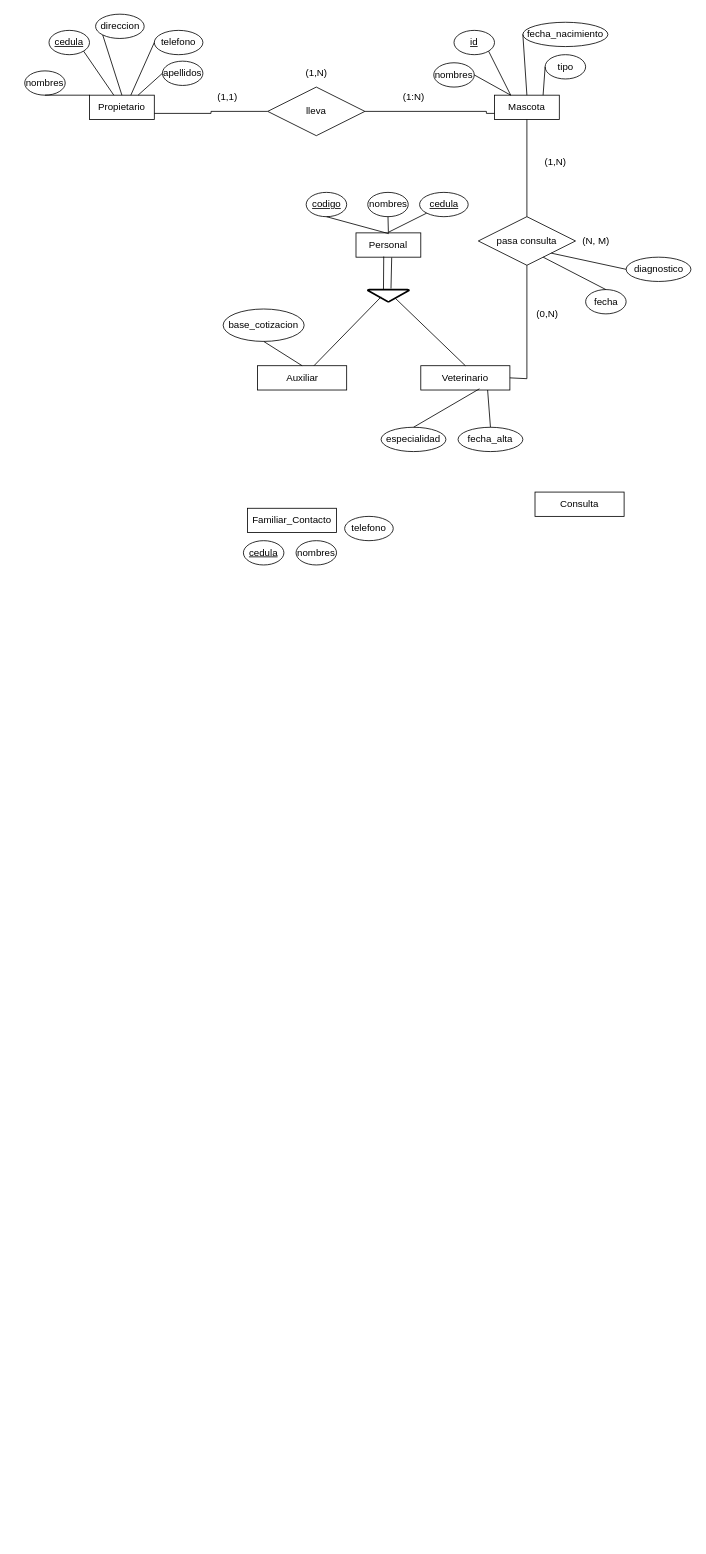
The draw.io diagram Veterinaria.drawio in Aree17/Base_De_Datos, before the edit. Source tidied: cells renumbered, new cells numbered last; positions are measured from the earlier drawing's top-left corner, leaving out a move shared by most shapes. Both pictures are drawn from the tidied source at 81%, with x=0, y=0 at pixel (24, 14).
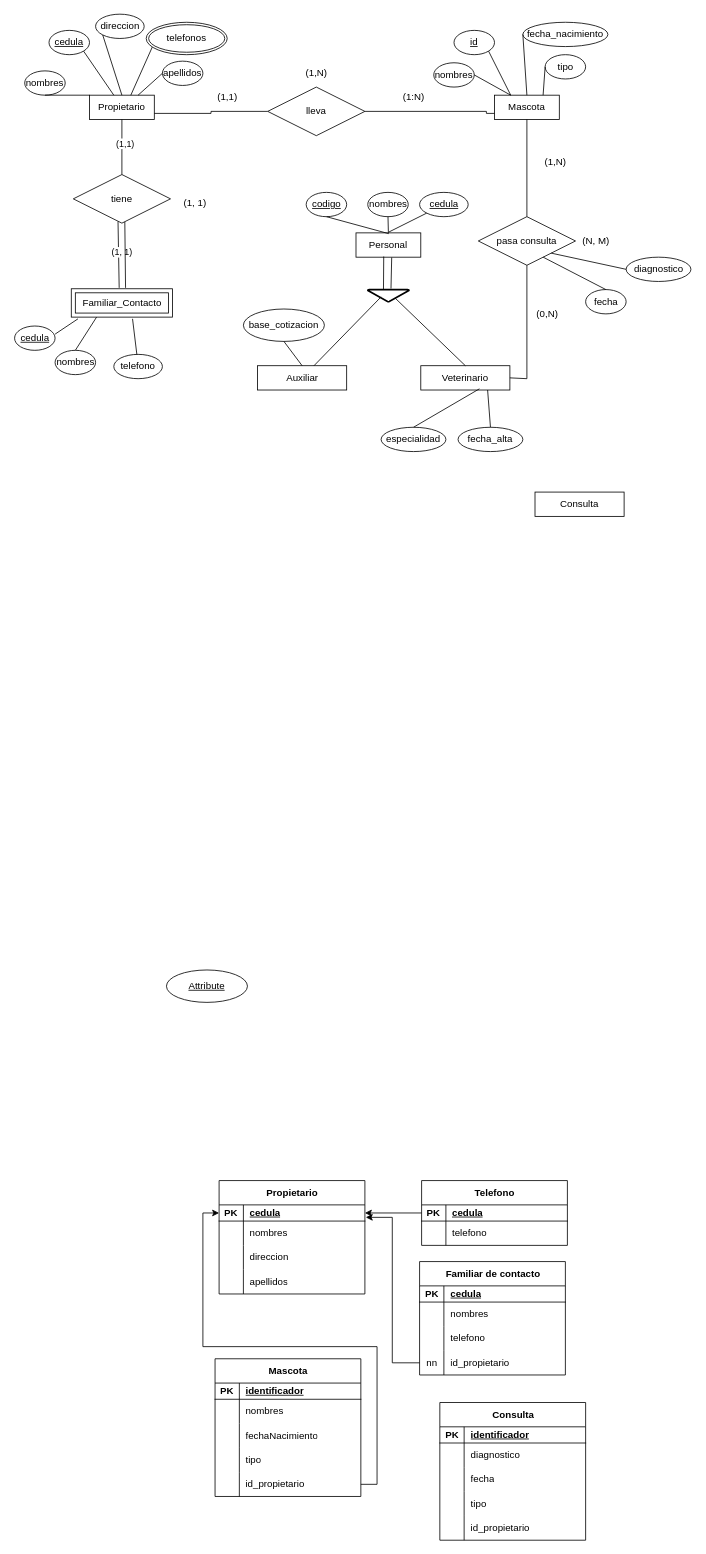
After the change.

The change refers to these unchanged cells:
```xml
<mxCell id="2" value="Propietario" style="rounded=0;whiteSpace=wrap;html=1;" parent="1" vertex="1">
  <mxGeometry x="80" y="100" width="80" height="30" as="geometry" />
</mxCell>
```

What changed in the source:
```diff
@@
-    <mxCell id="7" value="telefono" style="ellipse;whiteSpace=wrap;html=1;" parent="1" vertex="1">
-      <mxGeometry x="160" y="20" width="60" height="30" as="geometry" />
-    </mxCell>
@@
-    <mxCell id="17" value="Familiar_Contacto" style="rounded=0;whiteSpace=wrap;html=1;" parent="1" vertex="1">
-      <mxGeometry x="275" y="610" width="110" height="30" as="geometry" />
-    </mxCell>
@@
     <mxCell id="21" value="base_cotizacion" style="ellipse;whiteSpace=wrap;html=1;" parent="1" vertex="1">
-      <mxGeometry x="245" y="364" width="100" height="40" as="geometry" />
+      <mxGeometry x="270" y="364" width="100" height="40" as="geometry" />
     </mxCell>
     <mxCell id="22" value="&lt;u&gt;cedula&lt;/u&gt;" style="ellipse;whiteSpace=wrap;html=1;" parent="1" vertex="1">
-      <mxGeometry x="270" y="650" width="50" height="30" as="geometry" />
+      <mxGeometry x="-12.5" y="385" width="50" height="30" as="geometry" />
     </mxCell>
     <mxCell id="23" value="nombres" style="ellipse;whiteSpace=wrap;html=1;" parent="1" vertex="1">
-      <mxGeometry x="335" y="650" width="50" height="30" as="geometry" />
+      <mxGeometry x="37.5" y="415" width="50" height="30" as="geometry" />
     </mxCell>
     <mxCell id="24" value="telefono" style="ellipse;whiteSpace=wrap;html=1;" parent="1" vertex="1">
-      <mxGeometry x="395" y="620" width="60" height="30" as="geometry" />
+      <mxGeometry x="110" y="420" width="60" height="30" as="geometry" />
     </mxCell>
@@
-    <mxCell id="29" style="endArrow=none;html=1;rounded=0;entryX=0;entryY=0.5;entryDx=0;entryDy=0;" parent="1" edge="1" target="7">
+    <mxCell id="29" style="endArrow=none;html=1;rounded=0;entryX=0;entryY=0.5;entryDx=0;entryDy=0;" parent="1" edge="1">
       <mxGeometry relative="1" as="geometry">
         <mxPoint x="131" y="100" as="sourcePoint" />
+        <mxPoint x="160" y="35" as="targetPoint" />
       </mxGeometry>
     </mxCell>
@@
+    <mxCell id="17" value="Familiar_Contacto" style="shape=ext;margin=3;double=1;whiteSpace=wrap;html=1;align=center;" parent="1" vertex="1">
+      <mxGeometry x="57.5" y="339" width="125" height="35" as="geometry" />
+    </mxCell>
+    <mxCell id="63" value="tiene" style="shape=rhombus;perimeter=rhombusPerimeter;whiteSpace=wrap;html=1;align=center;" parent="1" vertex="1">
+      <mxGeometry x="60" y="198" width="120" height="60" as="geometry" />
+    </mxCell>
+    <mxCell id="64" style="endArrow=none;html=1;rounded=0;entryX=0.5;entryY=1;entryDx=0;entryDy=0;exitX=0.5;exitY=0;exitDx=0;exitDy=0;" parent="1" edge="1" source="63" target="2">
+      <mxGeometry relative="1" as="geometry" />
+    </mxCell>
+    <mxCell id="65" value="(1,1)" style="edgeLabel;html=1;align=center;verticalAlign=middle;" parent="64" vertex="1">
+      <mxGeometry x="0.15" y="-3" relative="1" as="geometry" />
+    </mxCell>
+    <mxCell id="66" style="endArrow=none;html=1;rounded=0;exitX=0.46;exitY=0.965;exitDx=0;exitDy=0;exitPerimeter=0;entryX=0.473;entryY=-0.032;entryDx=0;entryDy=0;entryPerimeter=0;" parent="1" edge="1" source="63" target="17">
+      <mxGeometry relative="1" as="geometry" />
+    </mxCell>
+    <mxCell id="67" value="(1, 1)" style="edgeLabel;html=1;align=center;verticalAlign=middle;" parent="66" vertex="1">
+      <mxGeometry x="-0.08" y="4" relative="1" as="geometry" />
+    </mxCell>
+    <mxCell id="68" style="endArrow=none;html=1;rounded=0;entryX=0.066;entryY=1.061;entryDx=0;entryDy=0;entryPerimeter=0;" parent="1" edge="1" target="17">
+      <mxGeometry relative="1" as="geometry">
+        <mxPoint x="37.5" y="395" as="sourcePoint" />
+      </mxGeometry>
+    </mxCell>
+    <mxCell id="69" style="endArrow=none;html=1;rounded=0;entryX=0.25;entryY=1;entryDx=0;entryDy=0;exitX=0.5;exitY=0;exitDx=0;exitDy=0;" parent="1" edge="1" source="23" target="17">
+      <mxGeometry relative="1" as="geometry" />
+    </mxCell>
+    <mxCell id="70" style="endArrow=none;html=1;rounded=0;entryX=0.605;entryY=1.061;entryDx=0;entryDy=0;entryPerimeter=0;" parent="1" edge="1" source="24" target="17">
+      <mxGeometry relative="1" as="geometry" />
+    </mxCell>
+    <mxCell id="71" style="endArrow=none;html=1;rounded=0;entryX=0.53;entryY=0.975;entryDx=0;entryDy=0;entryPerimeter=0;exitX=0.536;exitY=-0.032;exitDx=0;exitDy=0;exitPerimeter=0;" parent="1" edge="1" source="17" target="63">
+      <mxGeometry relative="1" as="geometry" />
+    </mxCell>
+    <mxCell id="72" value="(1, 1)" style="text;html=1;align=center;verticalAlign=middle;strokeColor=none;fillColor=none;" parent="1" vertex="1">
+      <mxGeometry x="185" y="218" width="50" height="30" as="geometry" />
+    </mxCell>
+    <mxCell id="73" value="telefonos" style="ellipse;shape=doubleEllipse;margin=3;whiteSpace=wrap;html=1;align=center;" parent="1" vertex="1">
+      <mxGeometry x="150" y="10" width="100" height="40" as="geometry" />
+    </mxCell>
+    <mxCell id="74" value="Attribute" style="ellipse;whiteSpace=wrap;html=1;align=center;fontStyle=4;" parent="1" vertex="1">
+      <mxGeometry x="175" y="1180" width="100" height="40" as="geometry" />
+    </mxCell>
+    <mxCell id="75" value="Propietario" style="shape=table;startSize=30;childLayout=tableLayout;rowLines=0;fontStyle=1;align=center;html=1;" parent="1" vertex="1">
+      <mxGeometry x="240" y="1440" width="180" height="140" as="geometry" />
+    </mxCell>
+    <mxCell id="76" style="shape=tableRow;horizontal=0;startSize=0;swimlaneHead=0;swimlaneBody=0;fillColor=none;points=[[0,0.5],[1,0.5]];portConstraint=eastwest;top=0;left=0;right=0;bottom=1;" parent="75" vertex="1">
+      <mxGeometry y="30" width="180" height="20" as="geometry" />
+    </mxCell>
+    <mxCell id="77" value="PK" style="shape=partialRectangle;fillColor=none;top=0;left=0;bottom=0;right=0;fontStyle=1;overflow=hidden;whiteSpace=wrap;html=1;" parent="76" vertex="1">
+      <mxGeometry width="30" height="20" as="geometry" />
+    </mxCell>
+    <mxCell id="78" value="cedula" style="shape=partialRectangle;fillColor=none;top=0;left=0;bottom=0;right=0;align=left;spacingLeft=6;fontStyle=5;overflow=hidden;whiteSpace=wrap;html=1;" parent="76" vertex="1">
+      <mxGeometry x="30" width="150" height="20" as="geometry" />
+    </mxCell>
+    <mxCell id="79" style="shape=tableRow;horizontal=0;startSize=0;swimlaneHead=0;swimlaneBody=0;fillColor=none;top=0;left=0;right=0;bottom=0;" parent="75" vertex="1">
+      <mxGeometry y="50" width="180" height="30" as="geometry" />
+    </mxCell>
+    <mxCell id="80" style="shape=partialRectangle;fillColor=none;top=0;left=0;bottom=0;right=0;overflow=hidden;whiteSpace=wrap;html=1;" parent="79" vertex="1">
+      <mxGeometry width="30" height="30" as="geometry" />
+    </mxCell>
+    <mxCell id="81" value="nombres" style="shape=partialRectangle;fillColor=none;top=0;left=0;bottom=0;right=0;align=left;spacingLeft=6;overflow=hidden;whiteSpace=wrap;html=1;" parent="79" vertex="1">
+      <mxGeometry x="30" width="150" height="30" as="geometry" />
+    </mxCell>
+    <mxCell id="82" style="shape=tableRow;horizontal=0;startSize=0;swimlaneHead=0;swimlaneBody=0;fillColor=none;top=0;left=0;right=0;bottom=0;" parent="75" vertex="1">
+      <mxGeometry y="80" width="180" height="30" as="geometry" />
+    </mxCell>
+    <mxCell id="83" style="shape=partialRectangle;fillColor=none;top=0;left=0;bottom=0;right=0;overflow=hidden;whiteSpace=wrap;html=1;" parent="82" vertex="1">
+      <mxGeometry width="30" height="30" as="geometry" />
+    </mxCell>
+    <mxCell id="84" value="direccion" style="shape=partialRectangle;fillColor=none;top=0;left=0;bottom=0;right=0;align=left;spacingLeft=6;overflow=hidden;whiteSpace=wrap;html=1;" parent="82" vertex="1">
+      <mxGeometry x="30" width="150" height="30" as="geometry" />
+    </mxCell>
+    <mxCell id="85" style="shape=tableRow;horizontal=0;startSize=0;swimlaneHead=0;swimlaneBody=0;fillColor=none;top=0;left=0;right=0;bottom=0;" parent="75" vertex="1">
+      <mxGeometry y="110" width="180" height="30" as="geometry" />
+    </mxCell>
+    <mxCell id="86" style="shape=partialRectangle;fillColor=none;top=0;left=0;bottom=0;right=0;overflow=hidden;whiteSpace=wrap;html=1;" parent="85" vertex="1">
+      <mxGeometry width="30" height="30" as="geometry" />
+    </mxCell>
+    <mxCell id="87" value="apellidos" style="shape=partialRectangle;fillColor=none;top=0;left=0;bottom=0;right=0;align=left;spacingLeft=6;overflow=hidden;whiteSpace=wrap;html=1;" parent="85" vertex="1">
+      <mxGeometry x="30" width="150" height="30" as="geometry" />
+    </mxCell>
+    <mxCell id="88" value="Telefono" style="shape=table;startSize=30;childLayout=tableLayout;rowLines=0;fontStyle=1;align=center;html=1;" parent="1" vertex="1">
+      <mxGeometry x="490" y="1440" width="180" height="80" as="geometry" />
+    </mxCell>
+    <mxCell id="89" style="shape=tableRow;horizontal=0;startSize=0;swimlaneHead=0;swimlaneBody=0;fillColor=none;points=[[0,0.5],[1,0.5]];portConstraint=eastwest;top=0;left=0;right=0;bottom=1;" parent="88" vertex="1">
+      <mxGeometry y="30" width="180" height="20" as="geometry" />
+    </mxCell>
+    <mxCell id="90" value="PK" style="shape=partialRectangle;fillColor=none;top=0;left=0;bottom=0;right=0;fontStyle=1;overflow=hidden;whiteSpace=wrap;html=1;" parent="89" vertex="1">
+      <mxGeometry width="30" height="20" as="geometry" />
+    </mxCell>
+    <mxCell id="91" value="cedula" style="shape=partialRectangle;fillColor=none;top=0;left=0;bottom=0;right=0;align=left;spacingLeft=6;fontStyle=5;overflow=hidden;whiteSpace=wrap;html=1;" parent="89" vertex="1">
+      <mxGeometry x="30" width="150" height="20" as="geometry" />
+    </mxCell>
+    <mxCell id="92" style="shape=tableRow;horizontal=0;startSize=0;swimlaneHead=0;swimlaneBody=0;fillColor=none;top=0;left=0;right=0;bottom=0;" parent="88" vertex="1">
+      <mxGeometry y="50" width="180" height="30" as="geometry" />
+    </mxCell>
+    <mxCell id="93" style="shape=partialRectangle;fillColor=none;top=0;left=0;bottom=0;right=0;overflow=hidden;whiteSpace=wrap;html=1;" parent="92" vertex="1">
+      <mxGeometry width="30" height="30" as="geometry" />
+    </mxCell>
+    <mxCell id="94" value="telefono" style="shape=partialRectangle;fillColor=none;top=0;left=0;bottom=0;right=0;align=left;spacingLeft=6;overflow=hidden;whiteSpace=wrap;html=1;" parent="92" vertex="1">
+      <mxGeometry x="30" width="150" height="30" as="geometry" />
+    </mxCell>
+    <mxCell id="95" style="edgeStyle=orthogonalEdgeStyle;rounded=0;jettySize=auto;html=1;exitX=0;exitY=0.5;exitDx=0;exitDy=0;entryX=1;entryY=0.5;entryDx=0;entryDy=0;" parent="1" edge="1" source="89" target="76">
+      <mxGeometry relative="1" as="geometry" />
+    </mxCell>
+    <mxCell id="96" value="Familiar de contacto" style="shape=table;startSize=30;childLayout=tableLayout;rowLines=0;fontStyle=1;align=center;html=1;" parent="1" vertex="1">
+      <mxGeometry x="487.5" y="1540" width="180" height="140" as="geometry" />
+    </mxCell>
+    <mxCell id="97" style="shape=tableRow;horizontal=0;startSize=0;swimlaneHead=0;swimlaneBody=0;fillColor=none;top=0;left=0;right=0;bottom=1;" parent="96" vertex="1">
+      <mxGeometry y="30" width="180" height="20" as="geometry" />
+    </mxCell>
+    <mxCell id="98" value="PK" style="shape=partialRectangle;fillColor=none;top=0;left=0;bottom=0;right=0;fontStyle=1;overflow=hidden;whiteSpace=wrap;html=1;" parent="97" vertex="1">
+      <mxGeometry width="30" height="20" as="geometry" />
+    </mxCell>
+    <mxCell id="99" value="cedula" style="shape=partialRectangle;fillColor=none;top=0;left=0;bottom=0;right=0;align=left;spacingLeft=6;fontStyle=5;overflow=hidden;whiteSpace=wrap;html=1;" parent="97" vertex="1">
+      <mxGeometry x="30" width="150" height="20" as="geometry" />
+    </mxCell>
+    <mxCell id="100" style="shape=tableRow;horizontal=0;startSize=0;swimlaneHead=0;swimlaneBody=0;fillColor=none;top=0;left=0;right=0;bottom=0;" parent="96" vertex="1">
+      <mxGeometry y="50" width="180" height="30" as="geometry" />
+    </mxCell>
+    <mxCell id="101" style="shape=partialRectangle;fillColor=none;top=0;left=0;bottom=0;right=0;overflow=hidden;whiteSpace=wrap;html=1;" parent="100" vertex="1">
+      <mxGeometry width="30" height="30" as="geometry" />
+    </mxCell>
+    <mxCell id="102" value="nombres" style="shape=partialRectangle;fillColor=none;top=0;left=0;bottom=0;right=0;align=left;spacingLeft=6;overflow=hidden;whiteSpace=wrap;html=1;" parent="100" vertex="1">
+      <mxGeometry x="30" width="150" height="30" as="geometry" />
+    </mxCell>
+    <mxCell id="103" style="shape=tableRow;horizontal=0;startSize=0;swimlaneHead=0;swimlaneBody=0;fillColor=none;top=0;left=0;right=0;bottom=0;" parent="96" vertex="1">
+      <mxGeometry y="80" width="180" height="30" as="geometry" />
+    </mxCell>
+    <mxCell id="104" style="shape=partialRectangle;fillColor=none;top=0;left=0;bottom=0;right=0;overflow=hidden;whiteSpace=wrap;html=1;" parent="103" vertex="1">
+      <mxGeometry width="30" height="30" as="geometry" />
+    </mxCell>
+    <mxCell id="105" value="telefono" style="shape=partialRectangle;fillColor=none;top=0;left=0;bottom=0;right=0;align=left;spacingLeft=6;overflow=hidden;whiteSpace=wrap;html=1;" parent="103" vertex="1">
+      <mxGeometry x="30" width="150" height="30" as="geometry" />
+    </mxCell>
+    <mxCell id="106" style="shape=tableRow;horizontal=0;startSize=0;swimlaneHead=0;swimlaneBody=0;fillColor=none;points=[[0,0.5],[1,0.5]];portConstraint=eastwest;top=0;left=0;right=0;bottom=0;" parent="96" vertex="1">
+      <mxGeometry y="110" width="180" height="30" as="geometry" />
+    </mxCell>
+    <mxCell id="107" value="nn" style="shape=partialRectangle;fillColor=none;top=0;left=0;bottom=0;right=0;overflow=hidden;whiteSpace=wrap;html=1;" parent="106" vertex="1">
+      <mxGeometry width="30" height="30" as="geometry" />
+    </mxCell>
+    <mxCell id="108" value="id_propietario" style="shape=partialRectangle;fillColor=none;top=0;left=0;bottom=0;right=0;align=left;spacingLeft=6;overflow=hidden;whiteSpace=wrap;html=1;" parent="106" vertex="1">
+      <mxGeometry x="30" width="150" height="30" as="geometry" />
+    </mxCell>
+    <mxCell id="109" style="edgeStyle=orthogonalEdgeStyle;rounded=0;jettySize=auto;html=1;exitX=0;exitY=0.5;exitDx=0;exitDy=0;entryX=1.006;entryY=0.77;entryDx=0;entryDy=0;entryPerimeter=0;" parent="1" edge="1" source="106" target="76">
+      <mxGeometry relative="1" as="geometry" />
+    </mxCell>
+    <mxCell id="110" value="Mascota" style="shape=table;startSize=30;childLayout=tableLayout;rowLines=0;fontStyle=1;align=center;html=1;" parent="1" vertex="1">
+      <mxGeometry x="235" y="1660" width="180" height="170" as="geometry" />
+    </mxCell>
+    <mxCell id="111" style="shape=tableRow;horizontal=0;startSize=0;swimlaneHead=0;swimlaneBody=0;fillColor=none;top=0;left=0;right=0;bottom=1;" parent="110" vertex="1">
+      <mxGeometry y="30" width="180" height="20" as="geometry" />
+    </mxCell>
+    <mxCell id="112" value="PK" style="shape=partialRectangle;fillColor=none;top=0;left=0;bottom=0;right=0;fontStyle=1;overflow=hidden;whiteSpace=wrap;html=1;" parent="111" vertex="1">
+      <mxGeometry width="30" height="20" as="geometry" />
+    </mxCell>
+    <mxCell id="113" value="identificador" style="shape=partialRectangle;fillColor=none;top=0;left=0;bottom=0;right=0;align=left;spacingLeft=6;fontStyle=5;overflow=hidden;whiteSpace=wrap;html=1;" parent="111" vertex="1">
+      <mxGeometry x="30" width="150" height="20" as="geometry" />
+    </mxCell>
+    <mxCell id="114" style="shape=tableRow;horizontal=0;startSize=0;swimlaneHead=0;swimlaneBody=0;fillColor=none;top=0;left=0;right=0;bottom=0;" parent="110" vertex="1">
+      <mxGeometry y="50" width="180" height="30" as="geometry" />
+    </mxCell>
+    <mxCell id="115" style="shape=partialRectangle;fillColor=none;top=0;left=0;bottom=0;right=0;overflow=hidden;whiteSpace=wrap;html=1;" parent="114" vertex="1">
+      <mxGeometry width="30" height="30" as="geometry" />
+    </mxCell>
+    <mxCell id="116" value="nombres" style="shape=partialRectangle;fillColor=none;top=0;left=0;bottom=0;right=0;align=left;spacingLeft=6;overflow=hidden;whiteSpace=wrap;html=1;" parent="114" vertex="1">
+      <mxGeometry x="30" width="150" height="30" as="geometry" />
+    </mxCell>
+    <mxCell id="117" style="shape=tableRow;horizontal=0;startSize=0;swimlaneHead=0;swimlaneBody=0;fillColor=none;top=0;left=0;right=0;bottom=0;" parent="110" vertex="1">
+      <mxGeometry y="80" width="180" height="30" as="geometry" />
+    </mxCell>
+    <mxCell id="118" style="shape=partialRectangle;fillColor=none;top=0;left=0;bottom=0;right=0;overflow=hidden;whiteSpace=wrap;html=1;" parent="117" vertex="1">
+      <mxGeometry width="30" height="30" as="geometry" />
+    </mxCell>
+    <mxCell id="119" value="fechaNacimiento" style="shape=partialRectangle;fillColor=none;top=0;left=0;bottom=0;right=0;align=left;spacingLeft=6;overflow=hidden;whiteSpace=wrap;html=1;" parent="117" vertex="1">
+      <mxGeometry x="30" width="150" height="30" as="geometry" />
+    </mxCell>
+    <mxCell id="120" style="shape=tableRow;horizontal=0;startSize=0;swimlaneHead=0;swimlaneBody=0;fillColor=none;top=0;left=0;right=0;bottom=0;" parent="110" vertex="1">
+      <mxGeometry y="110" width="180" height="30" as="geometry" />
+    </mxCell>
+    <mxCell id="121" style="shape=partialRectangle;fillColor=none;top=0;left=0;bottom=0;right=0;overflow=hidden;whiteSpace=wrap;html=1;" parent="120" vertex="1">
+      <mxGeometry width="30" height="30" as="geometry" />
+    </mxCell>
+    <mxCell id="122" value="tipo" style="shape=partialRectangle;fillColor=none;top=0;left=0;bottom=0;right=0;align=left;spacingLeft=6;overflow=hidden;whiteSpace=wrap;html=1;" parent="120" vertex="1">
+      <mxGeometry x="30" width="150" height="30" as="geometry" />
+    </mxCell>
+    <mxCell id="123" style="shape=tableRow;horizontal=0;startSize=0;swimlaneHead=0;swimlaneBody=0;fillColor=none;points=[[0,0.5],[1,0.5]];portConstraint=eastwest;top=0;left=0;right=0;bottom=0;" parent="110" vertex="1">
+      <mxGeometry y="140" width="180" height="30" as="geometry" />
+    </mxCell>
+    <mxCell id="124" style="shape=partialRectangle;fillColor=none;top=0;left=0;bottom=0;right=0;overflow=hidden;whiteSpace=wrap;html=1;" parent="123" vertex="1">
+      <mxGeometry width="30" height="30" as="geometry" />
+    </mxCell>
+    <mxCell id="125" value="id_propietario" style="shape=partialRectangle;fillColor=none;top=0;left=0;bottom=0;right=0;align=left;spacingLeft=6;overflow=hidden;whiteSpace=wrap;html=1;" parent="123" vertex="1">
+      <mxGeometry x="30" width="150" height="30" as="geometry" />
+    </mxCell>
+    <mxCell id="126" style="edgeStyle=orthogonalEdgeStyle;rounded=0;jettySize=auto;html=1;entryX=0;entryY=0.5;entryDx=0;entryDy=0;" parent="1" edge="1" source="123" target="76">
+      <mxGeometry relative="1" as="geometry" />
+    </mxCell>
+    <mxCell id="127" value="Consulta" style="shape=table;startSize=30;childLayout=tableLayout;rowLines=0;fontStyle=1;align=center;html=1;" parent="1" vertex="1">
+      <mxGeometry x="512.5" y="1714" width="180" height="170" as="geometry" />
+    </mxCell>
+    <mxCell id="128" style="shape=tableRow;horizontal=0;startSize=0;swimlaneHead=0;swimlaneBody=0;fillColor=none;top=0;left=0;right=0;bottom=1;" parent="127" vertex="1">
+      <mxGeometry y="30" width="180" height="20" as="geometry" />
+    </mxCell>
+    <mxCell id="129" value="PK" style="shape=partialRectangle;fillColor=none;top=0;left=0;bottom=0;right=0;fontStyle=1;overflow=hidden;whiteSpace=wrap;html=1;" parent="128" vertex="1">
+      <mxGeometry width="30" height="20" as="geometry" />
+    </mxCell>
+    <mxCell id="130" value="identificador" style="shape=partialRectangle;fillColor=none;top=0;left=0;bottom=0;right=0;align=left;spacingLeft=6;fontStyle=5;overflow=hidden;whiteSpace=wrap;html=1;" parent="128" vertex="1">
+      <mxGeometry x="30" width="150" height="20" as="geometry" />
+    </mxCell>
+    <mxCell id="131" style="shape=tableRow;horizontal=0;startSize=0;swimlaneHead=0;swimlaneBody=0;fillColor=none;top=0;left=0;right=0;bottom=0;" parent="127" vertex="1">
+      <mxGeometry y="50" width="180" height="30" as="geometry" />
+    </mxCell>
+    <mxCell id="132" style="shape=partialRectangle;fillColor=none;top=0;left=0;bottom=0;right=0;overflow=hidden;whiteSpace=wrap;html=1;" parent="131" vertex="1">
+      <mxGeometry width="30" height="30" as="geometry" />
+    </mxCell>
+    <mxCell id="133" value="diagnostico" style="shape=partialRectangle;fillColor=none;top=0;left=0;bottom=0;right=0;align=left;spacingLeft=6;overflow=hidden;whiteSpace=wrap;html=1;" parent="131" vertex="1">
+      <mxGeometry x="30" width="150" height="30" as="geometry" />
+    </mxCell>
+    <mxCell id="134" style="shape=tableRow;horizontal=0;startSize=0;swimlaneHead=0;swimlaneBody=0;fillColor=none;top=0;left=0;right=0;bottom=0;" parent="127" vertex="1">
+      <mxGeometry y="80" width="180" height="30" as="geometry" />
+    </mxCell>
+    <mxCell id="135" style="shape=partialRectangle;fillColor=none;top=0;left=0;bottom=0;right=0;overflow=hidden;whiteSpace=wrap;html=1;" parent="134" vertex="1">
+      <mxGeometry width="30" height="30" as="geometry" />
+    </mxCell>
+    <mxCell id="136" value="fecha" style="shape=partialRectangle;fillColor=none;top=0;left=0;bottom=0;right=0;align=left;spacingLeft=6;overflow=hidden;whiteSpace=wrap;html=1;" parent="134" vertex="1">
+      <mxGeometry x="30" width="150" height="30" as="geometry" />
+    </mxCell>
+    <mxCell id="137" style="shape=tableRow;horizontal=0;startSize=0;swimlaneHead=0;swimlaneBody=0;fillColor=none;top=0;left=0;right=0;bottom=0;" parent="127" vertex="1">
+      <mxGeometry y="110" width="180" height="30" as="geometry" />
+    </mxCell>
+    <mxCell id="138" style="shape=partialRectangle;fillColor=none;top=0;left=0;bottom=0;right=0;overflow=hidden;whiteSpace=wrap;html=1;" parent="137" vertex="1">
+      <mxGeometry width="30" height="30" as="geometry" />
+    </mxCell>
+    <mxCell id="139" value="tipo" style="shape=partialRectangle;fillColor=none;top=0;left=0;bottom=0;right=0;align=left;spacingLeft=6;overflow=hidden;whiteSpace=wrap;html=1;" parent="137" vertex="1">
+      <mxGeometry x="30" width="150" height="30" as="geometry" />
+    </mxCell>
+    <mxCell id="140" style="shape=tableRow;horizontal=0;startSize=0;swimlaneHead=0;swimlaneBody=0;fillColor=none;top=0;left=0;right=0;bottom=0;" parent="127" vertex="1">
+      <mxGeometry y="140" width="180" height="30" as="geometry" />
+    </mxCell>
+    <mxCell id="141" style="shape=partialRectangle;fillColor=none;top=0;left=0;bottom=0;right=0;overflow=hidden;whiteSpace=wrap;html=1;" parent="140" vertex="1">
+      <mxGeometry width="30" height="30" as="geometry" />
+    </mxCell>
+    <mxCell id="142" value="id_propietario" style="shape=partialRectangle;fillColor=none;top=0;left=0;bottom=0;right=0;align=left;spacingLeft=6;overflow=hidden;whiteSpace=wrap;html=1;" parent="140" vertex="1">
+      <mxGeometry x="30" width="150" height="30" as="geometry" />
+    </mxCell>
```
